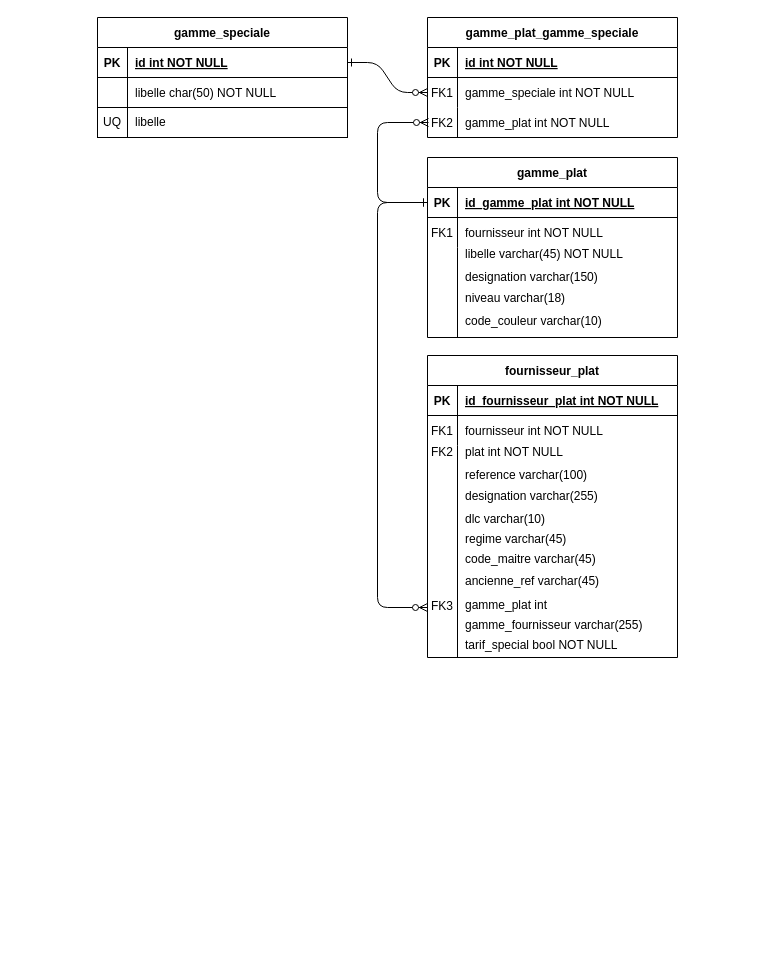
Earlier version of the draw.io diagram Diagramme sans nom.drawio (mdiard-ji/GlobTest). Source tidied: cells renumbered, new cells numbered last; positions are measured from the earlier drawing's top-left corner, leaving out a move shared by most shapes. Both pictures are drawn from the tidied source at 100%, with x=0, y=0 at pixel (97, 17).
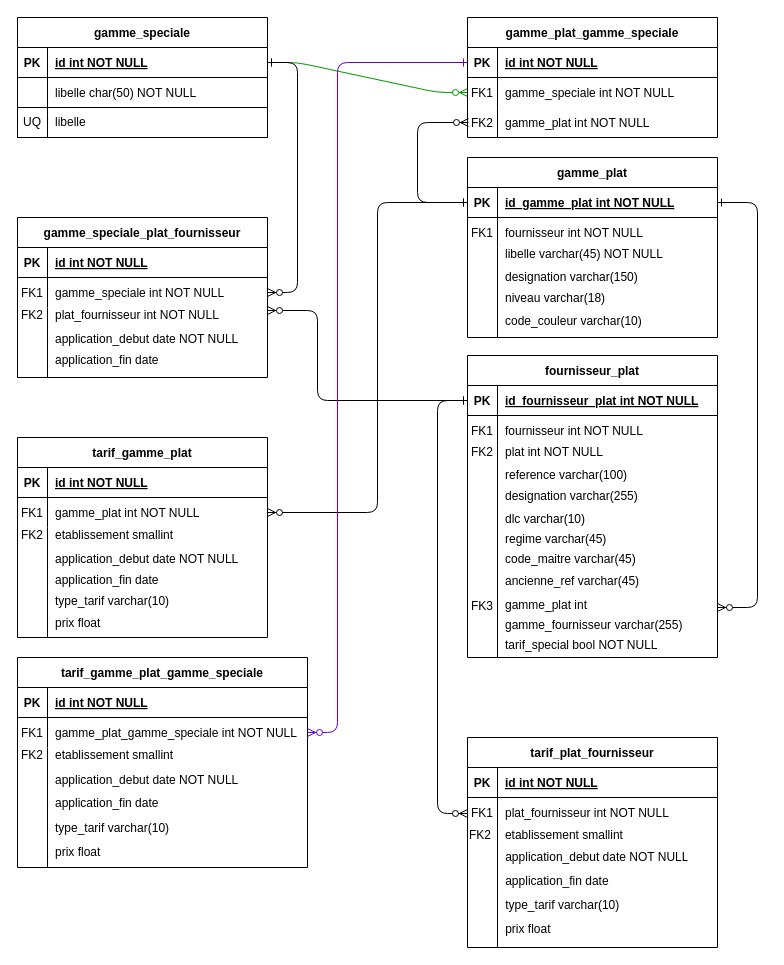
Above is the later version.

Commit message (it also covers changes not shown here):
Mettre à jour Diagramme sans nom.drawio

Unchanged cells that the change refers to:
```xml
<mxCell id="5" style="shape=partialRectangle;fillColor=none;points=[[0,0.5],[1,0.5]];portConstraint=eastwest;top=0;left=0;right=0;bottom=1;" parent="4" vertex="1">
  <mxGeometry y="30" width="250" height="30" as="geometry" />
</mxCell>
<mxCell id="8" style="shape=partialRectangle;fillColor=none;points=[[0,0.5],[1,0.5]];portConstraint=eastwest;top=0;left=0;right=0;bottom=0;" parent="4" vertex="1">
  <mxGeometry y="60" width="250" height="30" as="geometry" />
</mxCell>
<mxCell id="15" style="shape=partialRectangle;fillColor=none;points=[[0,0.5],[1,0.5]];portConstraint=eastwest;top=0;left=0;right=0;bottom=1;" parent="14" vertex="1">
  <mxGeometry y="30" width="250" height="30" as="geometry" />
</mxCell>
<mxCell id="27" style="shape=partialRectangle;fillColor=none;points=[[0,0.5],[1,0.5]];portConstraint=eastwest;top=0;left=0;right=0;bottom=1;" parent="26" vertex="1">
  <mxGeometry y="30" width="250" height="30" as="geometry" />
</mxCell>
<mxCell id="42" style="shape=partialRectangle;fillColor=none;points=[[0,0.5],[1,0.5]];portConstraint=eastwest;top=0;left=0;right=0;bottom=1;" parent="41" vertex="1">
  <mxGeometry y="30" width="250" height="30" as="geometry" />
</mxCell>
```

The edit, as a diff of the source:
```diff
@@
-    <mxCell id="2" style="edgeStyle=entityRelationEdgeStyle;endArrow=ERzeroToMany;startArrow=ERone;endFill=1;startFill=0;" parent="1" edge="1" source="15" target="8">
+    <mxCell id="2" style="edgeStyle=entityRelationEdgeStyle;endArrow=ERzeroToMany;startArrow=ERone;endFill=1;startFill=0;strokeColor=#009900;" parent="1" edge="1" source="15" target="8">
       <mxGeometry relative="1" as="geometry" />
     </mxCell>
     <mxCell id="3" style="edgeStyle=elbowEdgeStyle;endArrow=ERzeroToMany;startArrow=ERone;endFill=1;startFill=0;exitX=0;exitY=0.5;exitDx=0;exitDy=0;" parent="1" edge="1" source="27">
       <mxGeometry relative="1" as="geometry">
-        <mxPoint x="331" y="105" as="targetPoint" />
+        <mxPoint x="371" y="105" as="targetPoint" />
         <Array as="points">
-          <mxPoint x="280" y="160" />
+          <mxPoint x="320" y="160" />
         </Array>
       </mxGeometry>
     </mxCell>
     <mxCell id="4" value="gamme_plat_gamme_speciale" style="shape=table;startSize=30;childLayout=tableLayout;rowLines=0;fontStyle=1;align=center;" parent="1" vertex="1">
-      <mxGeometry x="330" width="250" height="120" as="geometry" />
+      <mxGeometry x="370" width="250" height="120" as="geometry" />
     </mxCell>
@@
     <mxCell id="14" value="gamme_speciale" style="shape=table;startSize=30;childLayout=tableLayout;rowLines=0;fontStyle=1;align=center;" parent="1" vertex="1">
-      <mxGeometry width="250" height="90" as="geometry" />
+      <mxGeometry x="-80" width="250" height="90" as="geometry" />
     </mxCell>
@@
     <mxCell id="21" value="&lt;div align=&quot;left&quot;&gt;&lt;br&gt;&lt;/div&gt;" style="rounded=0;whiteSpace=wrap;html=1;fillColor=none;align=left;" parent="1" vertex="1">
-      <mxGeometry x="30" y="90" width="220" height="30" as="geometry" />
+      <mxGeometry x="-50" y="90" width="220" height="30" as="geometry" />
     </mxCell>
     <mxCell id="22" value="FK2" style="shape=partialRectangle;overflow=hidden;fillColor=none;top=0;left=0;bottom=0;right=0;" parent="1" vertex="1">
-      <mxGeometry x="330" y="90" width="30" height="30" as="geometry" />
+      <mxGeometry x="370" y="90" width="30" height="30" as="geometry" />
     </mxCell>
     <mxCell id="23" value="UQ" style="rounded=0;whiteSpace=wrap;html=1;fillColor=none;" parent="1" vertex="1">
-      <mxGeometry y="90" width="30" height="30" as="geometry" />
+      <mxGeometry x="-80" y="90" width="30" height="30" as="geometry" />
     </mxCell>
     <mxCell id="24" value="libelle" style="shape=partialRectangle;overflow=hidden;fillColor=none;top=0;left=0;bottom=0;right=0;align=left;spacingLeft=6;" parent="1" vertex="1">
-      <mxGeometry x="30" y="89" width="70" height="30" as="geometry" />
+      <mxGeometry x="-50" y="89" width="70" height="30" as="geometry" />
     </mxCell>
     <mxCell id="25" style="group;" parent="1" vertex="1">
-      <mxGeometry x="330" y="140" width="250" height="180" as="geometry" />
+      <mxGeometry x="370" y="140" width="250" height="180" as="geometry" />
     </mxCell>
@@
     <mxCell id="40" style="group;" parent="1" vertex="1">
-      <mxGeometry x="330" y="338" width="250" height="320" as="geometry" />
+      <mxGeometry x="370" y="338" width="250" height="320" as="geometry" />
     </mxCell>
@@
-    <mxCell id="63" style="edgeStyle=elbowEdgeStyle;endArrow=ERzeroToMany;startArrow=ERone;endFill=1;startFill=0;exitX=0;exitY=0.5;exitDx=0;exitDy=0;" parent="1" edge="1" source="27">
+    <mxCell id="63" style="edgeStyle=elbowEdgeStyle;endArrow=ERzeroToMany;startArrow=ERone;endFill=1;startFill=0;exitX=1;exitY=0.5;exitDx=0;exitDy=0;" parent="1" edge="1" source="27">
       <mxGeometry relative="1" as="geometry">
-        <mxPoint x="330" y="590" as="targetPoint" />
+        <mxPoint x="620" y="590" as="targetPoint" />
         <Array as="points">
-          <mxPoint x="280" y="390" />
+          <mxPoint x="660" y="400" />
         </Array>
       </mxGeometry>
     </mxCell>
+    <mxCell id="64" style="group;" parent="1" vertex="1">
+      <mxGeometry x="-80" y="200" width="250" height="160" as="geometry" />
+    </mxCell>
+    <mxCell id="65" value="gamme_speciale_plat_fournisseur" style="shape=table;startSize=30;childLayout=tableLayout;rowLines=0;fontStyle=1;align=center;" parent="64" vertex="1">
+      <mxGeometry width="250" height="160" as="geometry" />
+    </mxCell>
+    <mxCell id="66" style="shape=partialRectangle;fillColor=none;top=0;left=0;right=0;bottom=1;" parent="65" vertex="1">
+      <mxGeometry y="30" width="250" height="30" as="geometry" />
+    </mxCell>
+    <mxCell id="67" value="PK" style="shape=partialRectangle;overflow=hidden;fillColor=none;top=0;left=0;bottom=0;right=0;fontStyle=1;" parent="66" vertex="1">
+      <mxGeometry width="30" height="30" as="geometry" />
+    </mxCell>
+    <mxCell id="68" value="id int NOT NULL " style="shape=partialRectangle;overflow=hidden;fillColor=none;top=0;left=0;bottom=0;right=0;align=left;spacingLeft=6;fontStyle=5;" parent="66" vertex="1">
+      <mxGeometry x="30" width="220" height="30" as="geometry" />
+    </mxCell>
+    <mxCell id="69" style="shape=partialRectangle;fillColor=none;points=[[0,0.5],[1,0.5]];portConstraint=eastwest;top=0;left=0;right=0;bottom=0;" parent="65" vertex="1">
+      <mxGeometry y="60" width="250" height="30" as="geometry" />
+    </mxCell>
+    <mxCell id="70" value="FK1" style="shape=partialRectangle;overflow=hidden;fillColor=none;top=0;left=0;bottom=0;right=0;" parent="69" vertex="1">
+      <mxGeometry width="30" height="30" as="geometry" />
+    </mxCell>
+    <mxCell id="71" value="gamme_speciale int NOT NULL" style="shape=partialRectangle;overflow=hidden;fillColor=none;top=0;left=0;bottom=0;right=0;align=left;spacingLeft=6;" parent="69" vertex="1">
+      <mxGeometry x="30" width="220" height="30" as="geometry" />
+    </mxCell>
+    <mxCell id="72" style="shape=partialRectangle;fillColor=none;top=0;left=0;right=0;bottom=0;" parent="65" vertex="1">
+      <mxGeometry y="90" width="250" height="70" as="geometry" />
+    </mxCell>
+    <mxCell id="73" style="shape=partialRectangle;overflow=hidden;fillColor=none;top=0;left=0;bottom=0;right=0;" parent="72" vertex="1">
+      <mxGeometry width="30" height="70" as="geometry" />
+    </mxCell>
+    <mxCell id="74" style="shape=partialRectangle;overflow=hidden;fillColor=none;top=0;left=0;bottom=0;right=0;align=left;spacingLeft=6;" parent="72" vertex="1">
+      <mxGeometry x="30" width="220" height="70" as="geometry" />
+    </mxCell>
+    <mxCell id="75" value="plat_fournisseur int NOT NULL" style="shape=partialRectangle;overflow=hidden;fillColor=none;top=0;left=0;bottom=0;right=0;align=left;spacingLeft=6;" parent="64" vertex="1">
+      <mxGeometry x="30" y="84" width="220" height="25" as="geometry" />
+    </mxCell>
+    <mxCell id="76" value="application_debut date NOT NULL" style="shape=partialRectangle;overflow=hidden;fillColor=none;top=0;left=0;bottom=0;right=0;align=left;spacingLeft=6;" parent="64" vertex="1">
+      <mxGeometry x="30" y="108" width="220" height="25.5" as="geometry" />
+    </mxCell>
+    <mxCell id="77" value="FK2" style="shape=partialRectangle;overflow=hidden;fillColor=none;top=0;left=0;bottom=0;right=0;" parent="64" vertex="1">
+      <mxGeometry y="89" width="30" height="15" as="geometry" />
+    </mxCell>
+    <mxCell id="78" value="application_fin date" style="shape=partialRectangle;overflow=hidden;fillColor=none;top=0;left=0;bottom=0;right=0;align=left;spacingLeft=6;" parent="64" vertex="1">
+      <mxGeometry x="30" y="131" width="220" height="21" as="geometry" />
+    </mxCell>
+    <mxCell id="79" style="edgeStyle=entityRelationEdgeStyle;endArrow=ERzeroToMany;startArrow=ERone;endFill=1;startFill=0;exitX=1;exitY=0.5;exitDx=0;exitDy=0;" parent="1" edge="1" source="15" target="69">
+      <mxGeometry relative="1" as="geometry" />
+    </mxCell>
+    <mxCell id="80" style="edgeStyle=elbowEdgeStyle;endArrow=ERzeroToMany;startArrow=ERone;endFill=1;startFill=0;exitX=0;exitY=0.5;exitDx=0;exitDy=0;strokeColor=#000000;" parent="1" edge="1" source="42">
+      <mxGeometry relative="1" as="geometry">
+        <mxPoint x="170" y="293" as="targetPoint" />
+        <Array as="points">
+          <mxPoint x="220" y="408" />
+        </Array>
+      </mxGeometry>
+    </mxCell>
+    <mxCell id="81" style="group;" parent="1" vertex="1">
+      <mxGeometry x="-80" y="420" width="250" height="173" as="geometry" />
+    </mxCell>
+    <mxCell id="82" value="tarif_gamme_plat" style="shape=table;startSize=30;childLayout=tableLayout;rowLines=0;fontStyle=1;align=center;" parent="81" vertex="1">
+      <mxGeometry width="250" height="200" as="geometry" />
+    </mxCell>
+    <mxCell id="83" style="shape=partialRectangle;fillColor=none;top=0;left=0;right=0;bottom=1;" parent="82" vertex="1">
+      <mxGeometry y="30" width="250" height="30" as="geometry" />
+    </mxCell>
+    <mxCell id="84" value="PK" style="shape=partialRectangle;overflow=hidden;fillColor=none;top=0;left=0;bottom=0;right=0;fontStyle=1;" parent="83" vertex="1">
+      <mxGeometry width="30" height="30" as="geometry" />
+    </mxCell>
+    <mxCell id="85" value="id int NOT NULL " style="shape=partialRectangle;overflow=hidden;fillColor=none;top=0;left=0;bottom=0;right=0;align=left;spacingLeft=6;fontStyle=5;" parent="83" vertex="1">
+      <mxGeometry x="30" width="220" height="30" as="geometry" />
+    </mxCell>
+    <mxCell id="86" style="shape=partialRectangle;fillColor=none;points=[[0,0.5],[1,0.5]];portConstraint=eastwest;top=0;left=0;right=0;bottom=0;" parent="82" vertex="1">
+      <mxGeometry y="60" width="250" height="30" as="geometry" />
+    </mxCell>
+    <mxCell id="87" value="FK1" style="shape=partialRectangle;overflow=hidden;fillColor=none;top=0;left=0;bottom=0;right=0;" parent="86" vertex="1">
+      <mxGeometry width="30" height="30" as="geometry" />
+    </mxCell>
+    <mxCell id="88" value="gamme_plat int NOT NULL" style="shape=partialRectangle;overflow=hidden;fillColor=none;top=0;left=0;bottom=0;right=0;align=left;spacingLeft=6;" parent="86" vertex="1">
+      <mxGeometry x="30" width="220" height="30" as="geometry" />
+    </mxCell>
+    <mxCell id="89" style="shape=partialRectangle;fillColor=none;top=0;left=0;right=0;bottom=0;" parent="82" vertex="1">
+      <mxGeometry y="90" width="250" height="110" as="geometry" />
+    </mxCell>
+    <mxCell id="90" style="shape=partialRectangle;overflow=hidden;fillColor=none;top=0;left=0;bottom=0;right=0;" parent="89" vertex="1">
+      <mxGeometry width="30" height="110" as="geometry" />
+    </mxCell>
+    <mxCell id="91" style="shape=partialRectangle;overflow=hidden;fillColor=none;top=0;left=0;bottom=0;right=0;align=left;spacingLeft=6;" parent="89" vertex="1">
+      <mxGeometry x="30" width="220" height="110" as="geometry" />
+    </mxCell>
+    <mxCell id="92" value="etablissement smallint" style="shape=partialRectangle;overflow=hidden;fillColor=none;top=0;left=0;bottom=0;right=0;align=left;spacingLeft=6;" parent="81" vertex="1">
+      <mxGeometry x="30" y="84" width="220" height="25" as="geometry" />
+    </mxCell>
+    <mxCell id="93" value="application_debut date NOT NULL" style="shape=partialRectangle;overflow=hidden;fillColor=none;top=0;left=0;bottom=0;right=0;align=left;spacingLeft=6;" parent="81" vertex="1">
+      <mxGeometry x="30" y="108" width="220" height="25.5" as="geometry" />
+    </mxCell>
+    <mxCell id="94" value="FK2" style="shape=partialRectangle;overflow=hidden;fillColor=none;top=0;left=0;bottom=0;right=0;" parent="81" vertex="1">
+      <mxGeometry y="89" width="30" height="15" as="geometry" />
+    </mxCell>
+    <mxCell id="95" value="application_fin date" style="shape=partialRectangle;overflow=hidden;fillColor=none;top=0;left=0;bottom=0;right=0;align=left;spacingLeft=6;" parent="81" vertex="1">
+      <mxGeometry x="30" y="131" width="220" height="21" as="geometry" />
+    </mxCell>
+    <mxCell id="96" value="type_tarif varchar(10)" style="shape=partialRectangle;overflow=hidden;fillColor=none;top=0;left=0;bottom=0;right=0;align=left;spacingLeft=6;" parent="81" vertex="1">
+      <mxGeometry x="30" y="152" width="220" height="21" as="geometry" />
+    </mxCell>
+    <mxCell id="97" value="prix float" style="shape=partialRectangle;overflow=hidden;fillColor=none;top=0;left=0;bottom=0;right=0;align=left;spacingLeft=6;" parent="1" vertex="1">
+      <mxGeometry x="-50" y="594" width="220" height="21" as="geometry" />
+    </mxCell>
+    <mxCell id="98" style="edgeStyle=elbowEdgeStyle;endArrow=ERzeroToMany;startArrow=ERone;endFill=1;startFill=0;exitX=0;exitY=0.5;exitDx=0;exitDy=0;entryX=1;entryY=0.5;entryDx=0;entryDy=0;" parent="1" edge="1" source="27" target="86">
+      <mxGeometry relative="1" as="geometry">
+        <Array as="points">
+          <mxPoint x="280" y="340" />
+        </Array>
+      </mxGeometry>
+    </mxCell>
+    <mxCell id="99" style="group;" parent="1" vertex="1">
+      <mxGeometry x="-80" y="640" width="290" height="200" as="geometry" />
+    </mxCell>
+    <mxCell id="100" value="tarif_gamme_plat_gamme_speciale" style="shape=table;startSize=30;childLayout=tableLayout;rowLines=0;fontStyle=1;align=center;" parent="99" vertex="1">
+      <mxGeometry width="290" height="210" as="geometry" />
+    </mxCell>
+    <mxCell id="101" style="shape=partialRectangle;fillColor=none;top=0;left=0;right=0;bottom=1;" parent="100" vertex="1">
+      <mxGeometry y="30" width="290" height="30" as="geometry" />
+    </mxCell>
+    <mxCell id="102" value="PK" style="shape=partialRectangle;overflow=hidden;fillColor=none;top=0;left=0;bottom=0;right=0;fontStyle=1;" parent="101" vertex="1">
+      <mxGeometry width="30" height="30" as="geometry" />
+    </mxCell>
+    <mxCell id="103" value="id int NOT NULL " style="shape=partialRectangle;overflow=hidden;fillColor=none;top=0;left=0;bottom=0;right=0;align=left;spacingLeft=6;fontStyle=5;" parent="101" vertex="1">
+      <mxGeometry x="30" width="260" height="30" as="geometry" />
+    </mxCell>
+    <mxCell id="104" style="shape=partialRectangle;fillColor=none;points=[[0,0.5],[1,0.5]];portConstraint=eastwest;top=0;left=0;right=0;bottom=0;" parent="100" vertex="1">
+      <mxGeometry y="60" width="290" height="30" as="geometry" />
+    </mxCell>
+    <mxCell id="105" value="FK1" style="shape=partialRectangle;overflow=hidden;fillColor=none;top=0;left=0;bottom=0;right=0;" parent="104" vertex="1">
+      <mxGeometry width="30" height="30" as="geometry" />
+    </mxCell>
+    <mxCell id="106" value="gamme_plat_gamme_speciale int NOT NULL" style="shape=partialRectangle;overflow=hidden;fillColor=none;top=0;left=0;bottom=0;right=0;align=left;spacingLeft=6;" parent="104" vertex="1">
+      <mxGeometry x="30" width="260" height="30" as="geometry" />
+    </mxCell>
+    <mxCell id="107" style="shape=partialRectangle;fillColor=none;top=0;left=0;right=0;bottom=0;" parent="100" vertex="1">
+      <mxGeometry y="90" width="290" height="120" as="geometry" />
+    </mxCell>
+    <mxCell id="108" style="shape=partialRectangle;overflow=hidden;fillColor=none;top=0;left=0;bottom=0;right=0;" parent="107" vertex="1">
+      <mxGeometry width="30" height="120" as="geometry" />
+    </mxCell>
+    <mxCell id="109" style="shape=partialRectangle;overflow=hidden;fillColor=none;top=0;left=0;bottom=0;right=0;align=left;spacingLeft=6;" parent="107" vertex="1">
+      <mxGeometry x="30" width="260" height="120" as="geometry" />
+    </mxCell>
+    <mxCell id="110" value="etablissement smallint" style="shape=partialRectangle;overflow=hidden;fillColor=none;top=0;left=0;bottom=0;right=0;align=left;spacingLeft=6;" parent="99" vertex="1">
+      <mxGeometry x="30" y="84" width="220" height="25" as="geometry" />
+    </mxCell>
+    <mxCell id="111" value="application_debut date NOT NULL" style="shape=partialRectangle;overflow=hidden;fillColor=none;top=0;left=0;bottom=0;right=0;align=left;spacingLeft=6;" parent="99" vertex="1">
+      <mxGeometry x="30" y="109" width="220" height="25.5" as="geometry" />
+    </mxCell>
+    <mxCell id="112" value="FK2" style="shape=partialRectangle;overflow=hidden;fillColor=none;top=0;left=0;bottom=0;right=0;" parent="99" vertex="1">
+      <mxGeometry y="89" width="30" height="15" as="geometry" />
+    </mxCell>
+    <mxCell id="113" value="application_fin date" style="shape=partialRectangle;overflow=hidden;fillColor=none;top=0;left=0;bottom=0;right=0;align=left;spacingLeft=6;" parent="99" vertex="1">
+      <mxGeometry x="30" y="134.5" width="220" height="21" as="geometry" />
+    </mxCell>
+    <mxCell id="114" value="type_tarif varchar(10)" style="shape=partialRectangle;overflow=hidden;fillColor=none;top=0;left=0;bottom=0;right=0;align=left;spacingLeft=6;" parent="99" vertex="1">
+      <mxGeometry x="30" y="159" width="220" height="21" as="geometry" />
+    </mxCell>
+    <mxCell id="115" value="prix float" style="shape=partialRectangle;overflow=hidden;fillColor=none;top=0;left=0;bottom=0;right=0;align=left;spacingLeft=6;" parent="99" vertex="1">
+      <mxGeometry x="30" y="183" width="220" height="21" as="geometry" />
+    </mxCell>
+    <mxCell id="116" style="edgeStyle=elbowEdgeStyle;endArrow=ERzeroToMany;startArrow=ERone;endFill=1;startFill=0;exitX=0;exitY=0.5;exitDx=0;exitDy=0;entryX=1;entryY=0.5;entryDx=0;entryDy=0;strokeColor=#6600CC;" parent="1" edge="1" source="5" target="104">
+      <mxGeometry relative="1" as="geometry">
+        <Array as="points">
+          <mxPoint x="240" y="380" />
+        </Array>
+      </mxGeometry>
+    </mxCell>
+    <mxCell id="117" style="group;" parent="1" vertex="1">
+      <mxGeometry x="370" y="720" width="250" height="210" as="geometry" />
+    </mxCell>
+    <mxCell id="118" value="tarif_plat_fournisseur" style="shape=table;startSize=30;childLayout=tableLayout;rowLines=0;fontStyle=1;align=center;" parent="117" vertex="1">
+      <mxGeometry width="250" height="210" as="geometry" />
+    </mxCell>
+    <mxCell id="119" style="shape=partialRectangle;fillColor=none;top=0;left=0;right=0;bottom=1;" parent="118" vertex="1">
+      <mxGeometry y="30" width="250" height="30" as="geometry" />
+    </mxCell>
+    <mxCell id="120" value="PK" style="shape=partialRectangle;overflow=hidden;fillColor=none;top=0;left=0;bottom=0;right=0;fontStyle=1;" parent="119" vertex="1">
+      <mxGeometry width="30" height="30" as="geometry" />
+    </mxCell>
+    <mxCell id="121" value="id int NOT NULL " style="shape=partialRectangle;overflow=hidden;fillColor=none;top=0;left=0;bottom=0;right=0;align=left;spacingLeft=6;fontStyle=5;" parent="119" vertex="1">
+      <mxGeometry x="30" width="220" height="30" as="geometry" />
+    </mxCell>
+    <mxCell id="122" style="shape=partialRectangle;fillColor=none;top=0;left=0;right=0;bottom=0;" parent="118" vertex="1">
+      <mxGeometry y="60" width="250" height="30" as="geometry" />
+    </mxCell>
+    <mxCell id="123" value="FK1" style="shape=partialRectangle;overflow=hidden;fillColor=none;top=0;left=0;bottom=0;right=0;" parent="122" vertex="1">
+      <mxGeometry width="30" height="30" as="geometry" />
+    </mxCell>
+    <mxCell id="124" value="plat_fournisseur int NOT NULL" style="shape=partialRectangle;overflow=hidden;fillColor=none;top=0;left=0;bottom=0;right=0;align=left;spacingLeft=6;" parent="122" vertex="1">
+      <mxGeometry x="30" width="220" height="30" as="geometry" />
+    </mxCell>
+    <mxCell id="125" style="shape=partialRectangle;fillColor=none;top=0;left=0;right=0;bottom=0;" parent="118" vertex="1">
+      <mxGeometry y="90" width="250" height="120" as="geometry" />
+    </mxCell>
+    <mxCell id="126" style="shape=partialRectangle;overflow=hidden;fillColor=none;top=0;left=0;bottom=0;right=0;" parent="125" vertex="1">
+      <mxGeometry width="30" height="120" as="geometry" />
+    </mxCell>
+    <mxCell id="127" style="shape=partialRectangle;overflow=hidden;fillColor=none;top=0;left=0;bottom=0;right=0;align=left;spacingLeft=6;" parent="125" vertex="1">
+      <mxGeometry x="30" width="220" height="120" as="geometry" />
+    </mxCell>
+    <mxCell id="128" value="etablissement smallint" style="shape=partialRectangle;overflow=hidden;fillColor=none;top=0;left=0;bottom=0;right=0;align=left;spacingLeft=6;" parent="117" vertex="1">
+      <mxGeometry x="29.9" y="84" width="189.7" height="25" as="geometry" />
+    </mxCell>
+    <mxCell id="129" value="application_debut date NOT NULL" style="shape=partialRectangle;overflow=hidden;fillColor=none;top=0;left=0;bottom=0;right=0;align=left;spacingLeft=6;" parent="117" vertex="1">
+      <mxGeometry x="30.2" y="106.5" width="189.7" height="25.5" as="geometry" />
+    </mxCell>
+    <mxCell id="130" value="FK2" style="shape=partialRectangle;overflow=hidden;fillColor=none;top=0;left=0;bottom=0;right=0;" parent="117" vertex="1">
+      <mxGeometry y="89" width="25.9" height="15" as="geometry" />
+    </mxCell>
+    <mxCell id="131" value="application_fin date" style="shape=partialRectangle;overflow=hidden;fillColor=none;top=0;left=0;bottom=0;right=0;align=left;spacingLeft=6;" parent="117" vertex="1">
+      <mxGeometry x="30.2" y="132" width="189.7" height="21" as="geometry" />
+    </mxCell>
+    <mxCell id="132" value="type_tarif varchar(10)" style="shape=partialRectangle;overflow=hidden;fillColor=none;top=0;left=0;bottom=0;right=0;align=left;spacingLeft=6;" parent="117" vertex="1">
+      <mxGeometry x="30.2" y="156" width="189.7" height="21" as="geometry" />
+    </mxCell>
+    <mxCell id="133" value="prix float" style="shape=partialRectangle;overflow=hidden;fillColor=none;top=0;left=0;bottom=0;right=0;align=left;spacingLeft=6;" parent="117" vertex="1">
+      <mxGeometry x="30.2" y="180" width="189.7" height="21" as="geometry" />
+    </mxCell>
+    <mxCell id="134" style="edgeStyle=elbowEdgeStyle;endArrow=ERzeroToMany;startArrow=ERone;endFill=1;startFill=0;strokeColor=#000000;entryX=0;entryY=0.5;entryDx=0;entryDy=0;" parent="1" edge="1">
+      <mxGeometry relative="1" as="geometry">
+        <mxPoint x="370" y="383" as="sourcePoint" />
+        <mxPoint x="370" y="796" as="targetPoint" />
+        <Array as="points">
+          <mxPoint x="340" y="611" />
+        </Array>
+      </mxGeometry>
+    </mxCell>
```
